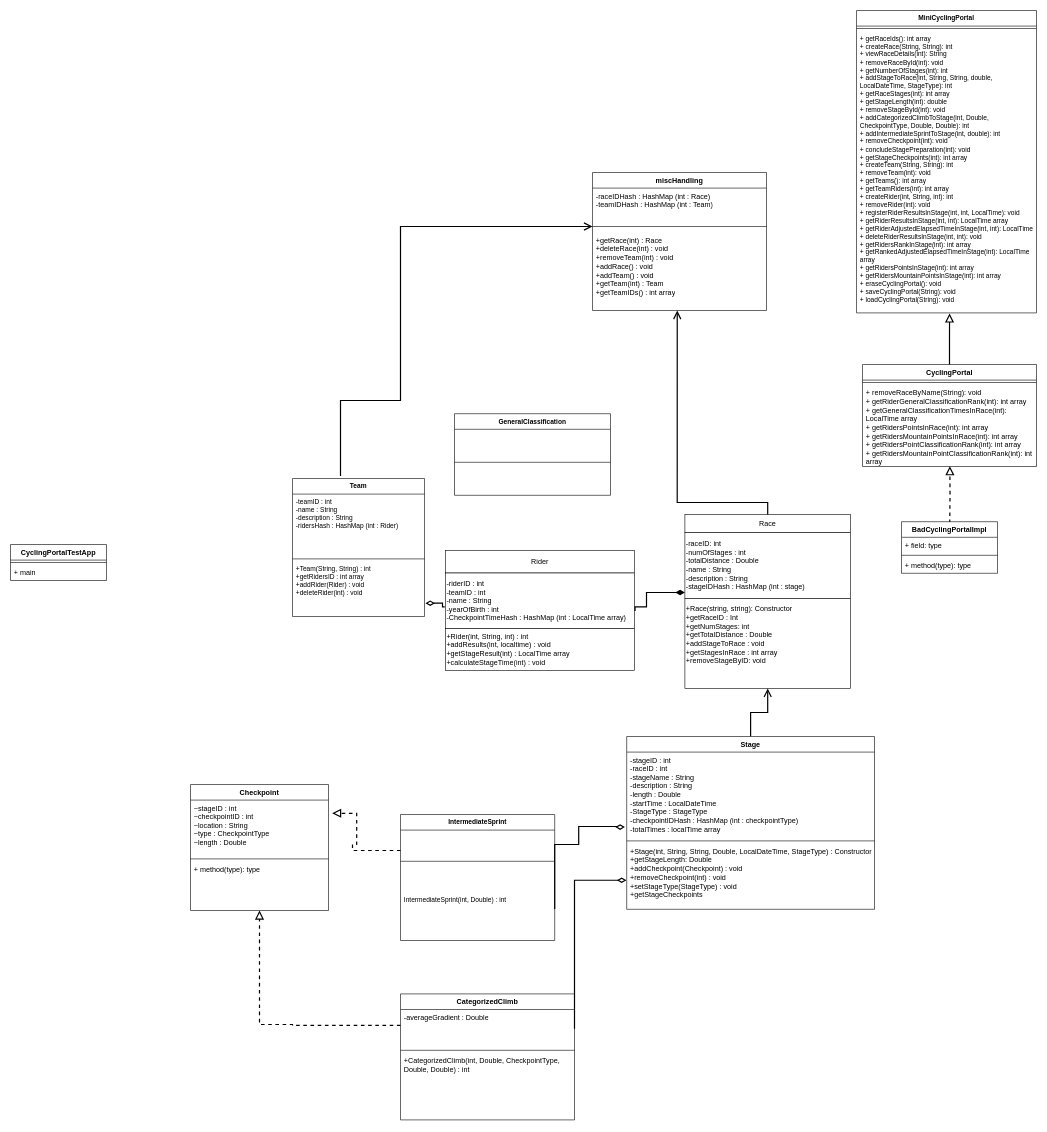
The draw.io diagram OOPCyclingUML.drawio in Negativity7477/Bike-Racing, before the edit. Source tidied: cells renumbered, new cells numbered last; positions are measured from the earlier drawing's top-left corner, leaving out a move shared by most shapes. Both pictures are drawn from the tidied source at 60%, with x=0, y=0 at pixel (10, 10).
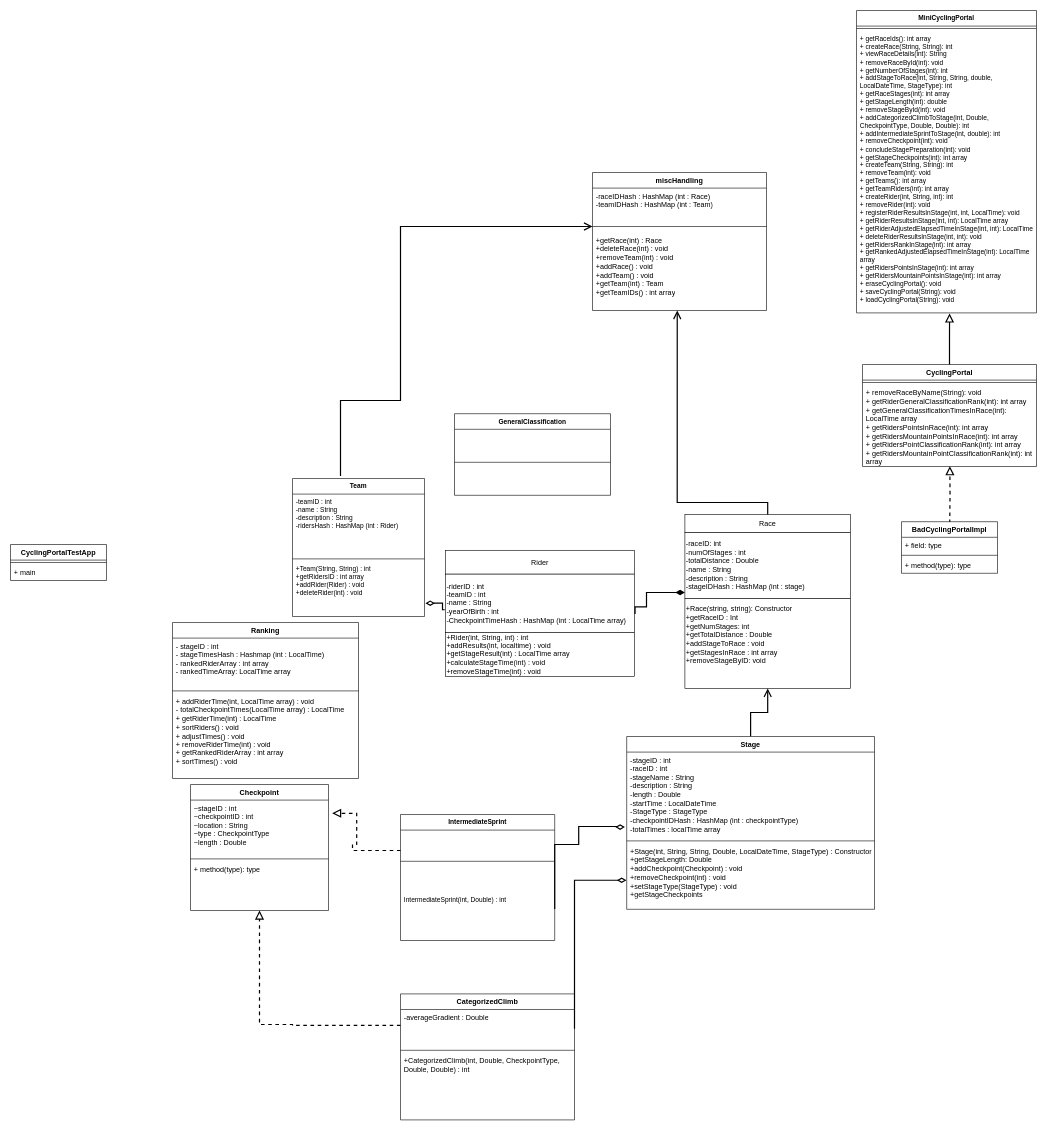
The same page after the edit.

Diff of the diagram source:
```diff
@@
     <mxCell id="5" style="group;" parent="1" vertex="1">
-      <mxGeometry x="725" y="900" width="315" height="200" as="geometry" />
+      <mxGeometry x="725" y="900" width="315" height="210" as="geometry" />
     </mxCell>
     <mxCell id="6" value="Rider" style="rounded=0;whiteSpace=wrap;html=1;" parent="5" vertex="1">
-      <mxGeometry width="315" height="37.5" as="geometry" />
+      <mxGeometry width="315" height="39.4" as="geometry" />
     </mxCell>
     <mxCell id="7" value="-riderID : int&lt;div&gt;-teamID : int&lt;/div&gt;&lt;div&gt;-name : String&lt;/div&gt;&lt;div&gt;-yearOfBirth : int&lt;br&gt;&lt;/div&gt;-CheckpointTimeHash : HashMap (int : LocalTime array) " style="rounded=0;whiteSpace=wrap;html=1;align=left;" parent="5" vertex="1">
-      <mxGeometry y="37.5" width="315" height="92.5" as="geometry" />
+      <mxGeometry y="39.4" width="315" height="97.1" as="geometry" />
     </mxCell>
-    <mxCell id="8" value="&lt;div align=&quot;left&quot;&gt;+Rider(int, String, int) : int&lt;br&gt;&lt;/div&gt;+addResults(int, localtime) : void&lt;br&gt;+getStageResult(int) : LocalTime array&lt;br&gt;+calculateStageTime(int) : void" style="rounded=0;whiteSpace=wrap;html=1;align=left;" parent="5" vertex="1">
-      <mxGeometry y="130" width="315" height="70" as="geometry" />
+    <mxCell id="8" value="&lt;div align=&quot;left&quot;&gt;+Rider(int, String, int) : int&lt;br&gt;&lt;/div&gt;+addResults(int, localtime) : void&lt;br&gt;+getStageResult(int) : LocalTime array&lt;br&gt;+calculateStageTime(int) : void&lt;br&gt;+removeStageTime(int) : void" style="rounded=0;whiteSpace=wrap;html=1;align=left;" parent="5" vertex="1">
+      <mxGeometry y="136.5" width="315" height="73.5" as="geometry" />
     </mxCell>
@@
+    <mxCell id="59" value="Ranking" style="swimlane;fontStyle=1;align=center;verticalAlign=top;horizontal=1;startSize=26;whiteSpace=wrap;html=1;" parent="1" vertex="1">
+      <mxGeometry x="270" y="1020" width="310" height="260" as="geometry" />
+    </mxCell>
+    <mxCell id="60" value="- stageID : int&lt;br&gt;- stageTimesHash : Hashmap (int : LocalTime)&lt;div&gt;- rankedRiderArray : int array&lt;/div&gt;&lt;div&gt;- rankedTimeArray: LocalTime array&lt;/div&gt;" style="text;strokeColor=none;fillColor=none;align=left;verticalAlign=top;spacingLeft=4;spacingRight=4;overflow=hidden;whiteSpace=wrap;html=1;" parent="59" vertex="1">
+      <mxGeometry y="26" width="310" height="84" as="geometry" />
+    </mxCell>
+    <mxCell id="61" style="line;strokeWidth=1;fillColor=none;align=left;verticalAlign=middle;spacingTop=-1;spacingLeft=3;spacingRight=3;labelPosition=right;strokeColor=inherit;" parent="59" vertex="1">
+      <mxGeometry y="110" width="310" height="8" as="geometry" />
+    </mxCell>
+    <mxCell id="62" value="+ addRiderTime(int, LocalTime array) : void&lt;br&gt;- totalCheckpointTimes(LocalTime array) : LocalTime&lt;br&gt;&lt;div&gt;+ getRiderTime(int) : LocalTime&lt;/div&gt;&lt;div&gt;+ sortRiders() : void&lt;/div&gt;&lt;div&gt;+ adjustTimes() : void&lt;/div&gt;&lt;div&gt;+ removeRiderTime(int) : void&lt;/div&gt;&lt;div&gt;+ getRankedRiderArray : int array&lt;/div&gt;&lt;div&gt;+ sortTimes() : void&lt;/div&gt;" style="text;strokeColor=none;fillColor=none;align=left;verticalAlign=top;spacingLeft=4;spacingRight=4;overflow=hidden;whiteSpace=wrap;html=1;" parent="59" vertex="1">
+      <mxGeometry y="118" width="310" height="142" as="geometry" />
+    </mxCell>
```
